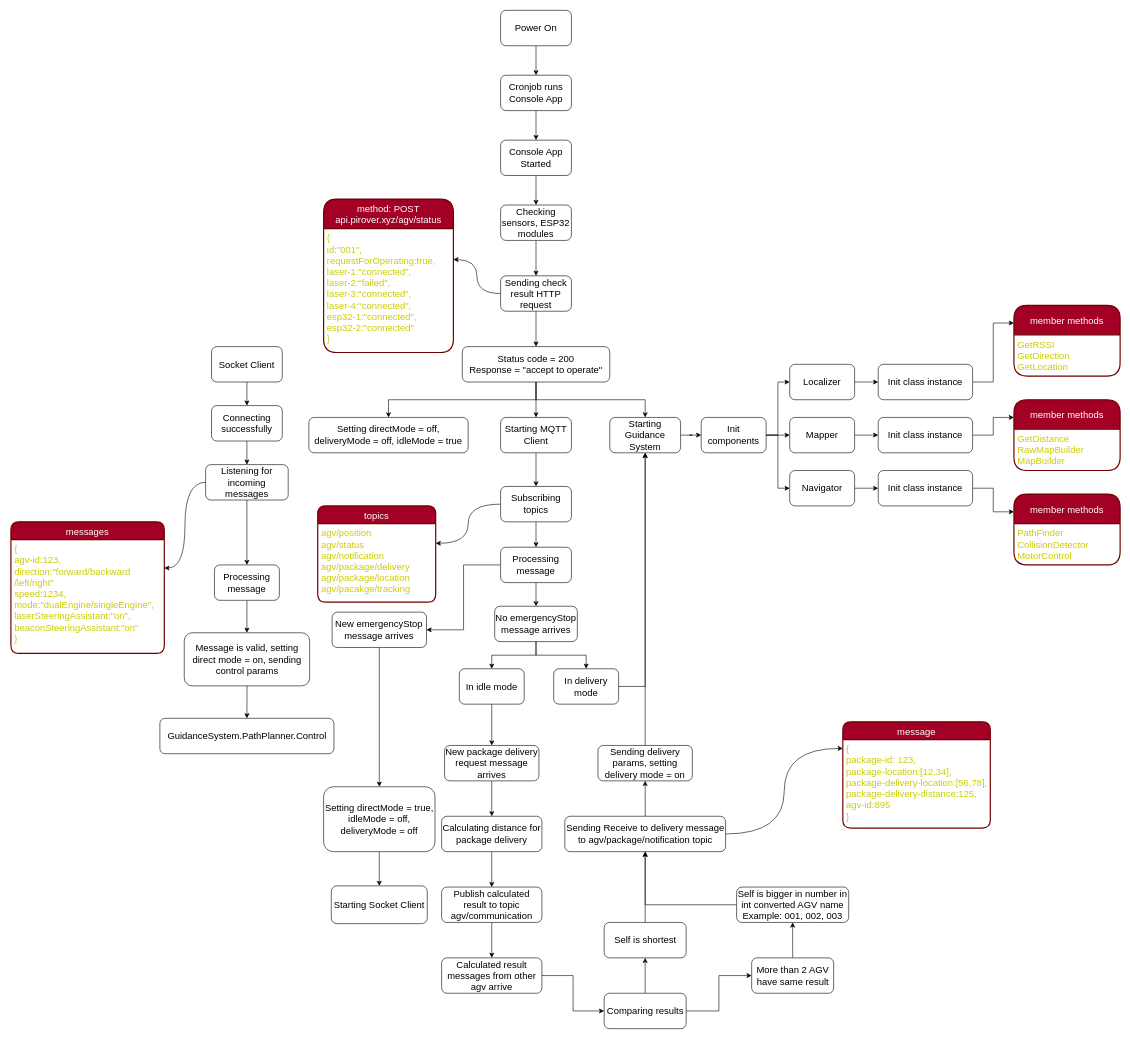
kirichain/AGV keeps this draw.io diagram as WorkFlows/AGV.drawio. Above is the earlier version. Source tidied: cells renumbered, new cells numbered last; positions are measured from the earlier drawing's top-left corner, leaving out a move shared by most shapes. Both pictures are drawn from the tidied source at 59%, with x=0, y=0 at pixel (11, 10).
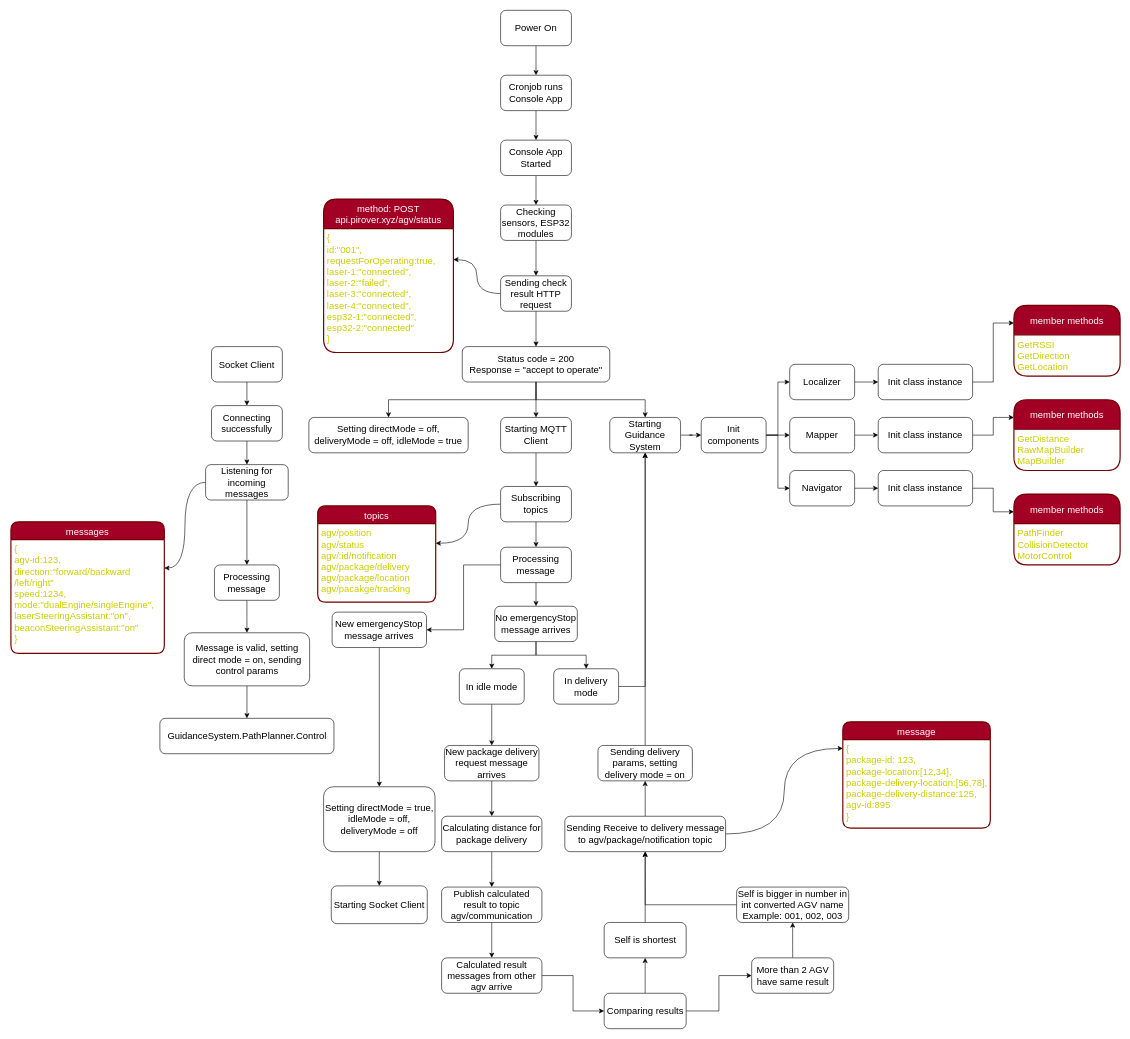
After the change.

The change refers to these unchanged cells:
```xml
<mxCell id="28" value="topics" style="swimlane;horizontal=1;startSize=30;rounded=1;fontSize=16;fontStyle=0;strokeWidth=2;shadow=0;dashed=0;align=center;fillColor=#a20025;fontColor=#ffffff;strokeColor=#6F0000;" parent="1" vertex="1">
  <mxGeometry x="520" y="840" width="200" height="163" as="geometry" />
</mxCell>
```

Change to the diagram source:
```diff
@@
-    <mxCell id="29" value="agv/position&#10;agv/status&#10;agv/notification&#10;agv/package/delivery&#10;agv/package/location&#10;agv/pacakge/tracking" style="align=left;strokeColor=none;fillColor=none;spacingLeft=4;fontSize=16;verticalAlign=top;fontColor=#CCCC00;" parent="28" vertex="1">
+    <mxCell id="29" value="agv/position&#10;agv/status&#10;agv/:id/notification&#10;agv/package/delivery&#10;agv/package/location&#10;agv/pacakge/tracking" style="align=left;strokeColor=none;fillColor=none;spacingLeft=4;fontSize=16;verticalAlign=top;fontColor=#CCCC00;" parent="28" vertex="1">
       <mxGeometry y="30" width="200" height="133" as="geometry" />
     </mxCell>
```
